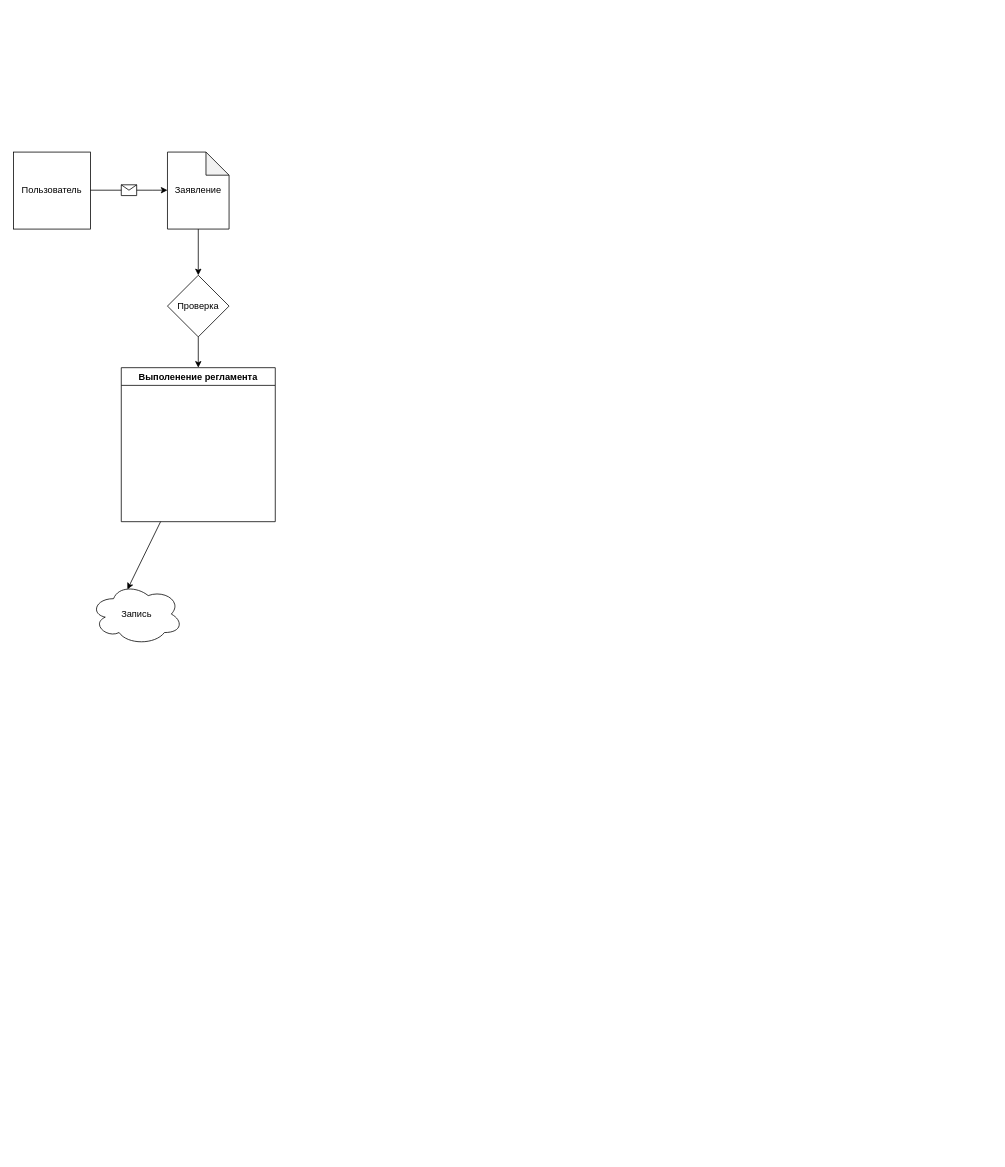
Before: hello.drawio in ymksoft/plantuml-and-drawio, a draw.io diagram. Source tidied: cells renumbered, new cells numbered last; positions are measured from the earlier drawing's top-left corner, leaving out a move shared by most shapes. Both pictures are drawn from the tidied source at 77%, with x=0, y=0 at pixel (13, 152).
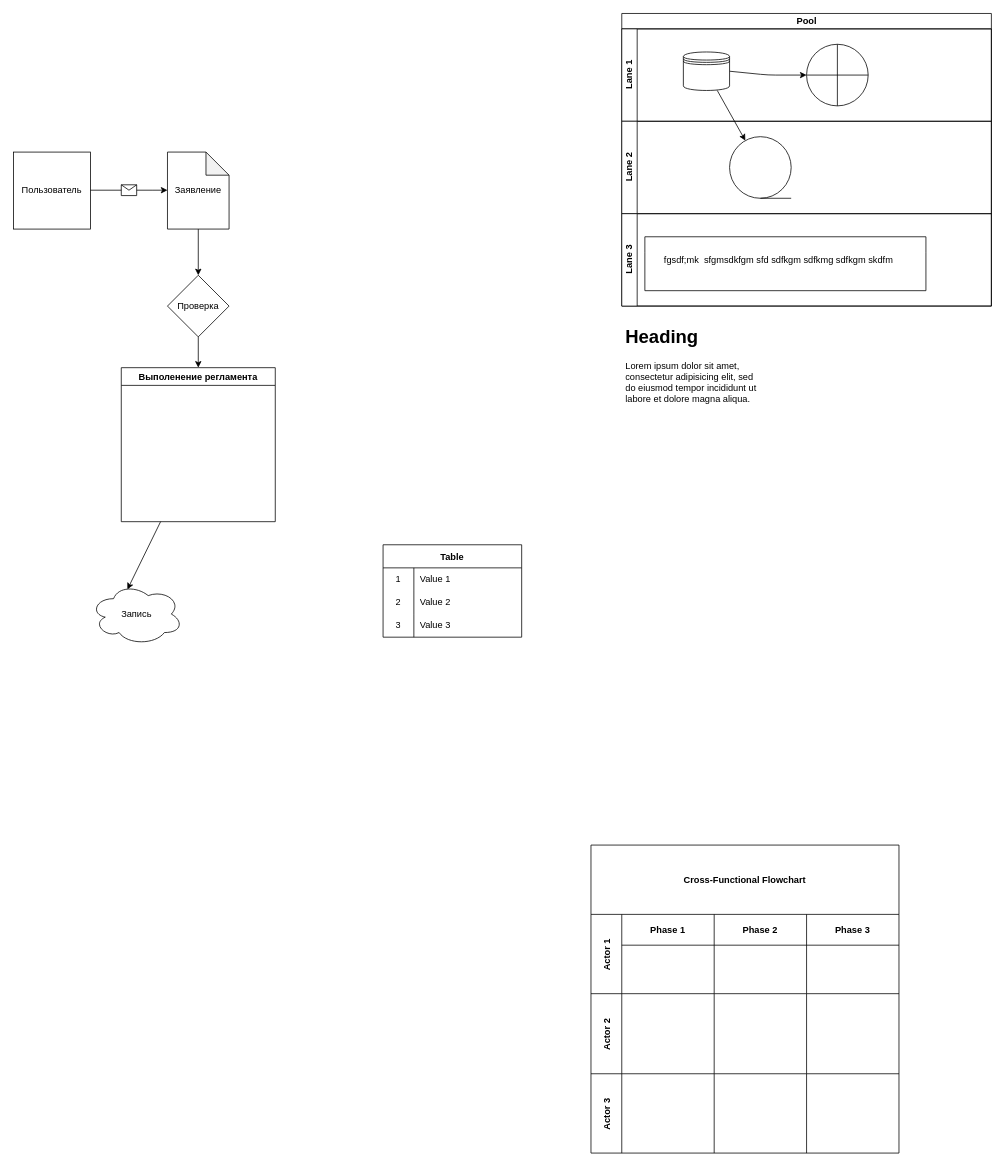
After the change.

Commit message:
Pool + Flowchart

What changed in the source:
```diff
@@
+    <mxCell id="12" value="Pool" style="swimlane;horizontal=1;startSize=20;html=1;" parent="1" vertex="1">
+      <mxGeometry x="790" y="-180" width="480" height="380" as="geometry" />
+    </mxCell>
+    <mxCell id="13" value="Lane 1" style="swimlane;startSize=20;horizontal=0;html=1;" parent="12" vertex="1">
+      <mxGeometry y="20" width="480" height="120" as="geometry" />
+    </mxCell>
+    <mxCell id="14" style="edgeStyle=none;html=1;exitX=1;exitY=0.5;exitDx=0;exitDy=0;" parent="13" edge="1" source="15" target="16">
+      <mxGeometry relative="1" as="geometry">
+        <Array as="points">
+          <mxPoint x="190" y="60" />
+        </Array>
+      </mxGeometry>
+    </mxCell>
+    <mxCell id="15" style="shape=datastore;whiteSpace=wrap;html=1;" parent="13" vertex="1">
+      <mxGeometry x="80" y="30" width="60" height="50" as="geometry" />
+    </mxCell>
+    <mxCell id="16" style="shape=orEllipse;perimeter=ellipsePerimeter;whiteSpace=wrap;html=1;backgroundOutline=1;" parent="13" vertex="1">
+      <mxGeometry x="240" y="20" width="80" height="80" as="geometry" />
+    </mxCell>
+    <mxCell id="17" value="Lane 2" style="swimlane;startSize=20;horizontal=0;html=1;" parent="12" vertex="1">
+      <mxGeometry y="140" width="480" height="120" as="geometry" />
+    </mxCell>
+    <mxCell id="18" style="shape=tapeData;whiteSpace=wrap;html=1;perimeter=ellipsePerimeter;" parent="17" vertex="1">
+      <mxGeometry x="140" y="20" width="80" height="80" as="geometry" />
+    </mxCell>
+    <mxCell id="19" value="Lane 3" style="swimlane;startSize=20;horizontal=0;html=1;" parent="12" vertex="1">
+      <mxGeometry y="260" width="480" height="120" as="geometry" />
+    </mxCell>
+    <mxCell id="20" style="swimlane;html=1;startSize=20;fontStyle=0;horizontal=1;swimlaneLine=0;fillColor=none;whiteSpace=wrap;" parent="19" vertex="1">
+      <mxGeometry x="30" y="30" width="365" height="70" as="geometry" />
+    </mxCell>
+    <mxCell id="21" value="fgsdf;mk&amp;nbsp; sfgmsdkfgm sfd sdfkgm sdfkmg sdfkgm skdfm&amp;nbsp;" style="text;html=1;align=center;verticalAlign=middle;strokeColor=none;fillColor=none;" parent="20" vertex="1">
+      <mxGeometry x="10" y="15" width="330" height="30" as="geometry" />
+    </mxCell>
+    <mxCell id="22" style="edgeStyle=none;html=1;" parent="12" edge="1" source="15" target="18">
+      <mxGeometry relative="1" as="geometry" />
+    </mxCell>
+    <mxCell id="23" value="Table" style="shape=table;startSize=30;childLayout=tableLayout;rowLines=0;fontStyle=1;" parent="1" vertex="1">
+      <mxGeometry x="480" y="510" width="180" height="120" as="geometry" />
+    </mxCell>
+    <mxCell id="24" style="shape=tableRow;horizontal=0;startSize=0;swimlaneHead=0;swimlaneBody=0;top=0;left=0;bottom=0;right=0;fillColor=none;" parent="23" vertex="1">
+      <mxGeometry y="30" width="180" height="30" as="geometry" />
+    </mxCell>
+    <mxCell id="25" value="1" style="shape=partialRectangle;html=1;whiteSpace=wrap;fillColor=none;top=0;left=0;bottom=0;right=0;overflow=hidden;" parent="24" vertex="1">
+      <mxGeometry width="40" height="30" as="geometry" />
+    </mxCell>
+    <mxCell id="26" value="Value 1" style="shape=partialRectangle;html=1;whiteSpace=wrap;fillColor=none;top=0;left=0;bottom=0;right=0;align=left;spacingLeft=6;overflow=hidden;" parent="24" vertex="1">
+      <mxGeometry x="40" width="140" height="30" as="geometry" />
+    </mxCell>
+    <mxCell id="27" style="shape=tableRow;horizontal=0;startSize=0;swimlaneHead=0;swimlaneBody=0;top=0;left=0;bottom=0;right=0;fillColor=none;" parent="23" vertex="1">
+      <mxGeometry y="60" width="180" height="30" as="geometry" />
+    </mxCell>
+    <mxCell id="28" value="2" style="shape=partialRectangle;html=1;whiteSpace=wrap;fillColor=none;top=0;left=0;bottom=0;right=0;overflow=hidden;" parent="27" vertex="1">
+      <mxGeometry width="40" height="30" as="geometry" />
+    </mxCell>
+    <mxCell id="29" value="Value 2" style="shape=partialRectangle;html=1;whiteSpace=wrap;fillColor=none;top=0;left=0;bottom=0;right=0;align=left;spacingLeft=6;overflow=hidden;" parent="27" vertex="1">
+      <mxGeometry x="40" width="140" height="30" as="geometry" />
+    </mxCell>
+    <mxCell id="30" style="shape=tableRow;horizontal=0;startSize=0;swimlaneHead=0;swimlaneBody=0;top=0;left=0;bottom=0;right=0;fillColor=none;" parent="23" vertex="1">
+      <mxGeometry y="90" width="180" height="30" as="geometry" />
+    </mxCell>
+    <mxCell id="31" value="3" style="shape=partialRectangle;html=1;whiteSpace=wrap;fillColor=none;top=0;left=0;bottom=0;right=0;overflow=hidden;" parent="30" vertex="1">
+      <mxGeometry width="40" height="30" as="geometry" />
+    </mxCell>
+    <mxCell id="32" value="Value 3" style="shape=partialRectangle;html=1;whiteSpace=wrap;fillColor=none;top=0;left=0;bottom=0;right=0;align=left;spacingLeft=6;overflow=hidden;" parent="30" vertex="1">
+      <mxGeometry x="40" width="140" height="30" as="geometry" />
+    </mxCell>
+    <mxCell id="33" value="Cross-Functional Flowchart" style="shape=table;childLayout=tableLayout;startSize=90;fontStyle=1;" parent="1" vertex="1">
+      <mxGeometry x="750" y="900" width="400" height="400" as="geometry" />
+    </mxCell>
+    <mxCell id="34" value="Actor 1" style="shape=tableRow;horizontal=0;startSize=40;swimlaneHead=0;swimlaneBody=0;top=0;left=0;bottom=0;right=0;fillColor=none;fontStyle=1;" parent="33" vertex="1">
+      <mxGeometry y="90" width="400" height="103" as="geometry" />
+    </mxCell>
+    <mxCell id="35" value="Phase 1" style="swimlane;swimlaneHead=0;swimlaneBody=0;fontStyle=0;fillColor=none;startSize=40;fontStyle=1;" parent="34" vertex="1">
+      <mxGeometry x="40" width="120" height="103" as="geometry" />
+    </mxCell>
+    <mxCell id="36" value="Phase 2" style="swimlane;swimlaneHead=0;swimlaneBody=0;fontStyle=0;fillColor=none;startSize=40;fontStyle=1;" parent="34" vertex="1">
+      <mxGeometry x="160" width="120" height="103" as="geometry" />
+    </mxCell>
+    <mxCell id="37" value="Phase 3" style="swimlane;swimlaneHead=0;swimlaneBody=0;fontStyle=0;fillColor=none;startSize=40;fontStyle=1;" parent="34" vertex="1">
+      <mxGeometry x="280" width="120" height="103" as="geometry" />
+    </mxCell>
+    <mxCell id="38" value="Actor 2" style="shape=tableRow;horizontal=0;startSize=40;swimlaneHead=0;swimlaneBody=0;top=0;left=0;bottom=0;right=0;fillColor=none;fontStyle=1;" parent="33" vertex="1">
+      <mxGeometry y="193" width="400" height="104" as="geometry" />
+    </mxCell>
+    <mxCell id="39" style="swimlane;swimlaneHead=0;swimlaneBody=0;fontStyle=0;fillColor=none;startSize=0;fontStyle=1;" parent="38" vertex="1">
+      <mxGeometry x="40" width="120" height="104" as="geometry" />
+    </mxCell>
+    <mxCell id="40" style="swimlane;swimlaneHead=0;swimlaneBody=0;fontStyle=0;fillColor=none;startSize=0;fontStyle=1;" parent="38" vertex="1">
+      <mxGeometry x="160" width="120" height="104" as="geometry" />
+    </mxCell>
+    <mxCell id="41" style="swimlane;swimlaneHead=0;swimlaneBody=0;fontStyle=0;fillColor=none;startSize=0;fontStyle=1;" parent="38" vertex="1">
+      <mxGeometry x="280" width="120" height="104" as="geometry" />
+    </mxCell>
+    <mxCell id="42" value="Actor 3" style="shape=tableRow;horizontal=0;startSize=40;swimlaneHead=0;swimlaneBody=0;top=0;left=0;bottom=0;right=0;fillColor=none;fontStyle=1;" parent="33" vertex="1">
+      <mxGeometry y="297" width="400" height="103" as="geometry" />
+    </mxCell>
+    <mxCell id="43" style="swimlane;swimlaneHead=0;swimlaneBody=0;fontStyle=0;fillColor=none;startSize=0;fontStyle=1;" parent="42" vertex="1">
+      <mxGeometry x="40" width="120" height="103" as="geometry" />
+    </mxCell>
+    <mxCell id="44" style="swimlane;swimlaneHead=0;swimlaneBody=0;fontStyle=0;fillColor=none;startSize=0;fontStyle=1;" parent="42" vertex="1">
+      <mxGeometry x="160" width="120" height="103" as="geometry" />
+    </mxCell>
+    <mxCell id="45" style="swimlane;swimlaneHead=0;swimlaneBody=0;fontStyle=0;fillColor=none;startSize=0;fontStyle=1;" parent="42" vertex="1">
+      <mxGeometry x="280" width="120" height="103" as="geometry" />
+    </mxCell>
+    <mxCell id="46" value="&lt;h1&gt;Heading&lt;/h1&gt;&lt;p&gt;Lorem ipsum dolor sit amet, consectetur adipisicing elit, sed do eiusmod tempor incididunt ut labore et dolore magna aliqua.&lt;/p&gt;" style="text;html=1;strokeColor=none;fillColor=none;spacing=5;spacingTop=-20;whiteSpace=wrap;overflow=hidden;rounded=0;" parent="1" vertex="1">
+      <mxGeometry x="790" y="220" width="190" height="120" as="geometry" />
+    </mxCell>
```
